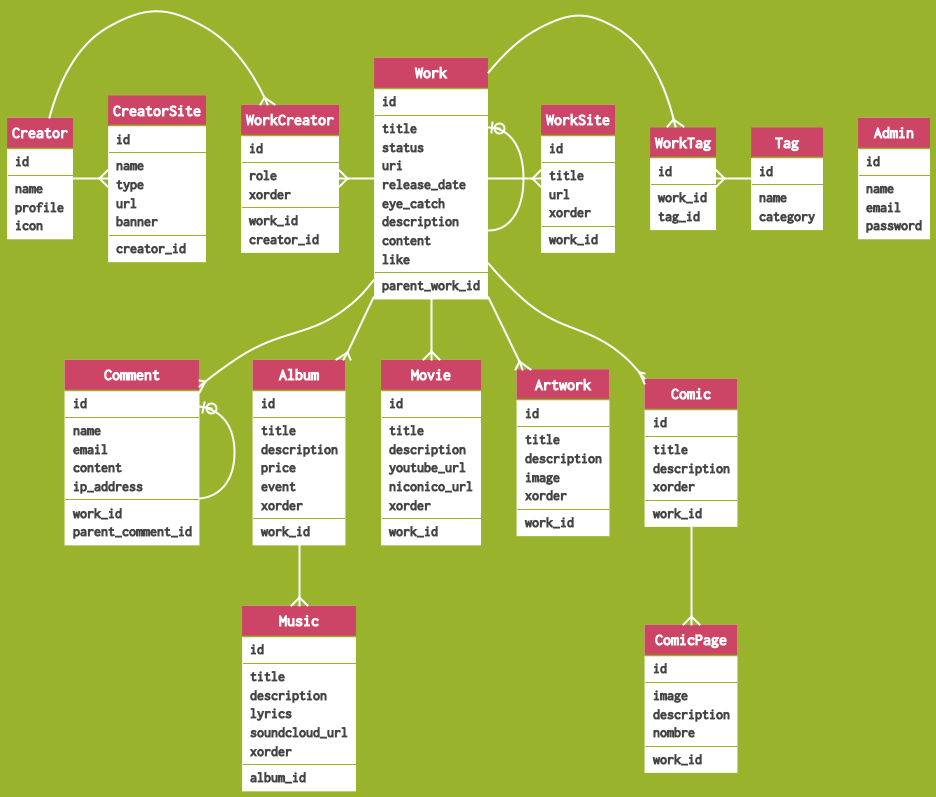
Above: documents/erd.png in comorebi-notes/yorozuya (PlantUML), before the change.
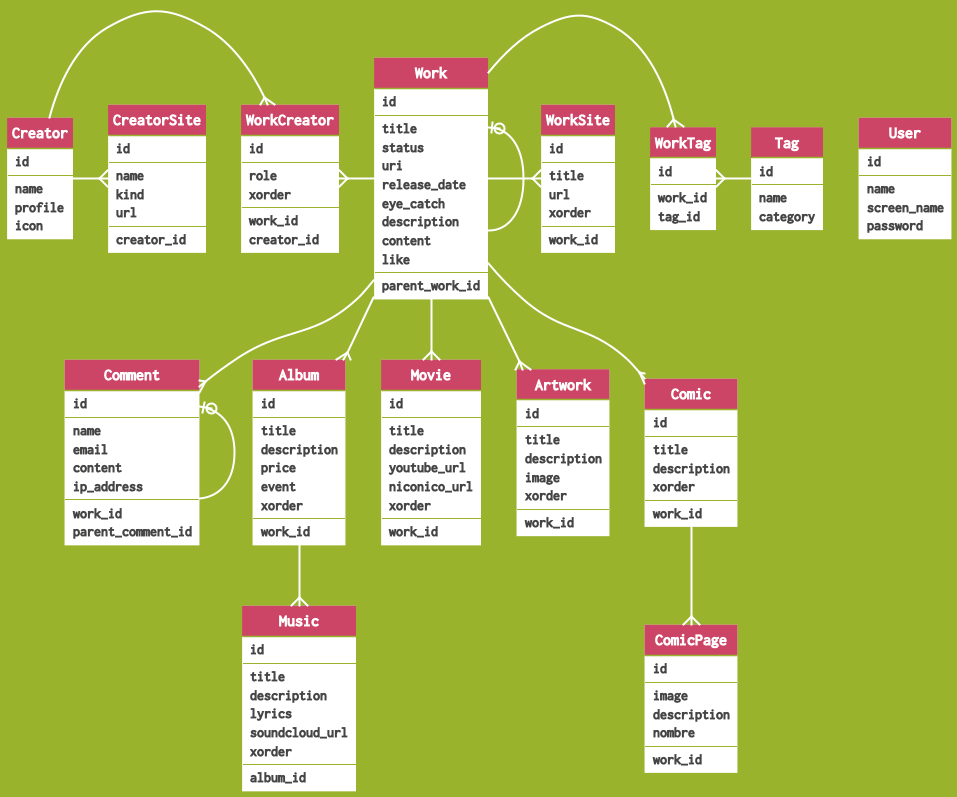
Later version of the same file.

What changed in the source:
```diff
@@ -21,11 +21,11 @@
 skinparam StereotypeCBackgroundColor #fff
 skinparam classFontColor #fff
 
-entity Admin {
+entity User {
   id
   --
   name
-  email
+  screen_name
   password
 }
 
@@ -169,9 +169,8 @@
   id
   --
   name
-  type
+  kind
   url
-  banner
   --
   creator_id
 }
```
